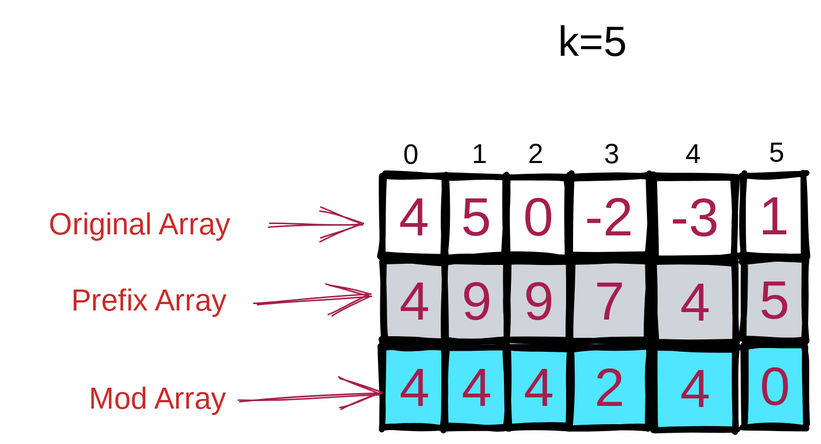
Earlier version of the Excalidraw export .gitbook/assets/file.excalidraw (1).svg (chkrishnatej/leetcode-problem-patterns). Source tidied: one line per element, renumbered; positions are measured from the earlier drawing's top-left corner, leaving out a move shared by most shapes.
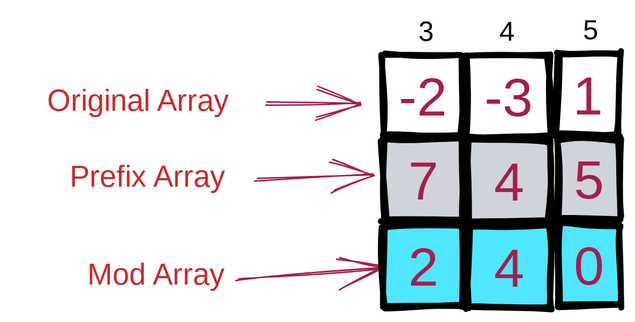
The same diagram one commit later.

What changed in the source:
```diff
@@ -1,49 +1,27 @@
-{"id": 0, "type": "rectangle", "strokeColor": "#000000", "strokeWidth": 4, "roughness": 1, "x": 245, "y": 107, "width": 41, "height": 54}
-{"id": 1, "type": "text", "text": "4", "strokeColor": "#a61e4d", "strokeWidth": 1, "roughness": 1, "fontSize": 36, "fontFamily": 3, "textAlign": "center", "verticalAlign": "middle", "inside": 0, "x": 254, "y": 113, "width": 23, "height": 42}
-{"id": 2, "type": "rectangle", "strokeColor": "#000000", "backgroundColor": "#ced4da", "fillStyle": "solid", "strokeWidth": 4, "roughness": 1, "x": 246, "y": 163, "width": 41, "height": 54}
-{"id": 3, "type": "text", "text": "4", "strokeColor": "#a61e4d", "backgroundColor": "#ced4da", "fillStyle": "solid", "strokeWidth": 1, "roughness": 1, "fontSize": 36, "fontFamily": 3, "textAlign": "center", "verticalAlign": "middle", "inside": 2, "x": 255, "y": 169, "width": 23, "height": 42}
-{"id": 4, "type": "rectangle", "strokeColor": "#000000", "backgroundColor": "#50e6ff", "fillStyle": "solid", "strokeWidth": 4, "roughness": 1, "x": 246, "y": 221, "width": 41, "height": 54}
-{"id": 5, "type": "text", "text": "4", "strokeColor": "#a61e4d", "backgroundColor": "#50e6ff", "fillStyle": "solid", "strokeWidth": 1, "roughness": 1, "fontSize": 36, "fontFamily": 3, "textAlign": "center", "verticalAlign": "middle", "inside": 4, "x": 255, "y": 227, "width": 23, "height": 42}
-{"id": 6, "type": "rectangle", "strokeColor": "#000000", "strokeWidth": 4, "roughness": 1, "x": 287, "y": 107, "width": 41, "height": 54}
-{"id": 7, "type": "text", "text": "5", "strokeColor": "#a61e4d", "strokeWidth": 1, "roughness": 1, "fontSize": 36, "fontFamily": 3, "textAlign": "center", "verticalAlign": "middle", "inside": 6, "x": 296, "y": 113, "width": 23, "height": 42}
-{"id": 8, "type": "rectangle", "strokeColor": "#000000", "backgroundColor": "#ced4da", "fillStyle": "solid", "strokeWidth": 4, "roughness": 1, "x": 287, "y": 164, "width": 41, "height": 54}
-{"id": 9, "type": "text", "text": "9", "strokeColor": "#a61e4d", "strokeWidth": 1, "roughness": 1, "fontSize": 36, "fontFamily": 3, "textAlign": "center", "verticalAlign": "middle", "inside": 8, "x": 296, "y": 169, "width": 23, "height": 42}
-{"id": 10, "type": "rectangle", "strokeColor": "#000000", "backgroundColor": "#50e6ff", "fillStyle": "solid", "strokeWidth": 4, "roughness": 1, "x": 287, "y": 221, "width": 41, "height": 54}
-{"id": 11, "type": "text", "text": "4", "strokeColor": "#a61e4d", "strokeWidth": 1, "roughness": 1, "fontSize": 36, "fontFamily": 3, "textAlign": "center", "verticalAlign": "middle", "inside": 10, "x": 296, "y": 227, "width": 23, "height": 42}
-{"id": 12, "type": "rectangle", "strokeColor": "#000000", "strokeWidth": 4, "roughness": 1, "x": 328, "y": 107, "width": 41, "height": 54}
-{"id": 13, "type": "text", "text": "0", "strokeColor": "#a61e4d", "strokeWidth": 1, "roughness": 1, "fontSize": 36, "fontFamily": 3, "textAlign": "center", "verticalAlign": "middle", "inside": 12, "x": 337, "y": 113, "width": 23, "height": 42}
-{"id": 14, "type": "rectangle", "strokeColor": "#000000", "backgroundColor": "#ced4da", "fillStyle": "solid", "strokeWidth": 4, "roughness": 1, "x": 329, "y": 164, "width": 41, "height": 54}
-{"id": 15, "type": "text", "text": "9", "strokeColor": "#a61e4d", "strokeWidth": 1, "roughness": 1, "fontSize": 36, "fontFamily": 3, "textAlign": "center", "verticalAlign": "middle", "inside": 14, "x": 338, "y": 169, "width": 23, "height": 42}
-{"id": 16, "type": "rectangle", "strokeColor": "#000000", "backgroundColor": "#50e6ff", "fillStyle": "solid", "strokeWidth": 4, "roughness": 1, "x": 329, "y": 221, "width": 41, "height": 54}
-{"id": 17, "type": "text", "text": "4", "strokeColor": "#a61e4d", "strokeWidth": 1, "roughness": 1, "fontSize": 36, "fontFamily": 3, "textAlign": "center", "verticalAlign": "middle", "inside": 16, "x": 338, "y": 227, "width": 23, "height": 42}
-{"id": 18, "type": "rectangle", "strokeColor": "#000000", "strokeWidth": 4, "roughness": 1, "x": 369, "y": 107, "width": 54, "height": 54}
-{"id": 19, "type": "text", "text": "-2", "strokeColor": "#a61e4d", "strokeWidth": 1, "roughness": 1, "fontSize": 36, "fontFamily": 3, "textAlign": "center", "verticalAlign": "middle", "inside": 18, "x": 374, "y": 113, "width": 44, "height": 42}
-{"id": 20, "type": "rectangle", "strokeColor": "#000000", "backgroundColor": "#ced4da", "fillStyle": "solid", "strokeWidth": 4, "roughness": 1, "x": 370, "y": 164, "width": 53, "height": 54}
-{"id": 21, "type": "text", "text": "7", "strokeColor": "#a61e4d", "strokeWidth": 1, "roughness": 1, "fontSize": 36, "fontFamily": 3, "textAlign": "center", "verticalAlign": "middle", "inside": 20, "x": 385, "y": 169, "width": 23, "height": 42}
-{"id": 22, "type": "rectangle", "strokeColor": "#000000", "backgroundColor": "#50e6ff", "fillStyle": "solid", "strokeWidth": 4, "roughness": 1, "x": 370, "y": 221, "width": 53, "height": 54}
-{"id": 23, "type": "text", "text": "2", "strokeColor": "#a61e4d", "strokeWidth": 1, "roughness": 1, "fontSize": 36, "fontFamily": 3, "textAlign": "center", "verticalAlign": "middle", "inside": 22, "x": 385, "y": 227, "width": 23, "height": 42}
-{"id": 24, "type": "rectangle", "strokeColor": "#000000", "strokeWidth": 4, "roughness": 1, "x": 426, "y": 108, "width": 55, "height": 54}
-{"id": 25, "type": "text", "text": "-3", "strokeColor": "#a61e4d", "strokeWidth": 1, "roughness": 1, "fontSize": 36, "fontFamily": 3, "textAlign": "center", "verticalAlign": "middle", "inside": 24, "x": 431, "y": 113, "width": 44, "height": 42}
-{"id": 26, "type": "rectangle", "strokeColor": "#000000", "backgroundColor": "#ced4da", "fillStyle": "solid", "strokeWidth": 4, "roughness": 1, "x": 426, "y": 164, "width": 55, "height": 54}
-{"id": 27, "type": "text", "text": "4", "strokeColor": "#a61e4d", "strokeWidth": 1, "roughness": 1, "fontSize": 36, "fontFamily": 3, "textAlign": "center", "verticalAlign": "middle", "inside": 26, "x": 442, "y": 170, "width": 23, "height": 42}
-{"id": 28, "type": "rectangle", "strokeColor": "#000000", "backgroundColor": "#50e6ff", "fillStyle": "solid", "strokeWidth": 4, "roughness": 1, "x": 426, "y": 222, "width": 55, "height": 54}
-{"id": 29, "type": "text", "text": "4", "strokeColor": "#a61e4d", "strokeWidth": 1, "roughness": 1, "fontSize": 36, "fontFamily": 3, "textAlign": "center", "verticalAlign": "middle", "inside": 28, "x": 442, "y": 227, "width": 23, "height": 42}
-{"id": 30, "type": "rectangle", "strokeColor": "#000000", "strokeWidth": 4, "roughness": 1, "x": 486, "y": 107, "width": 41, "height": 54}
-{"id": 31, "type": "text", "text": "1", "strokeColor": "#a61e4d", "strokeWidth": 1, "roughness": 1, "fontSize": 36, "fontFamily": 3, "textAlign": "center", "verticalAlign": "middle", "inside": 30, "x": 495, "y": 112, "width": 23, "height": 42}
-{"id": 32, "type": "rectangle", "strokeColor": "#000000", "backgroundColor": "#ced4da", "fillStyle": "solid", "strokeWidth": 4, "roughness": 1, "x": 486, "y": 163, "width": 41, "height": 54}
-{"id": 33, "type": "text", "text": "5", "strokeColor": "#a61e4d", "strokeWidth": 1, "roughness": 1, "fontSize": 36, "fontFamily": 3, "textAlign": "center", "verticalAlign": "middle", "inside": 32, "x": 495, "y": 168, "width": 23, "height": 42}
-{"id": 34, "type": "rectangle", "strokeColor": "#000000", "backgroundColor": "#50e6ff", "fillStyle": "solid", "strokeWidth": 4, "roughness": 1, "x": 486, "y": 221, "width": 41, "height": 54}
-{"id": 35, "type": "text", "text": "0", "strokeColor": "#a61e4d", "strokeWidth": 1, "roughness": 1, "fontSize": 36, "fontFamily": 3, "textAlign": "center", "verticalAlign": "middle", "inside": 34, "x": 495, "y": 226, "width": 23, "height": 42}
-{"id": 36, "type": "text", "text": "0", "strokeColor": "#000000", "strokeWidth": 4, "roughness": 2, "fontSize": 18.36, "fontFamily": 1, "x": 259, "y": 82, "width": 15, "height": 24}
-{"id": 37, "type": "text", "text": "1", "strokeColor": "#000000", "strokeWidth": 4, "roughness": 2, "fontSize": 18.36, "fontFamily": 1, "x": 305, "y": 82, "width": 7, "height": 24}
-{"id": 38, "type": "text", "text": "2", "strokeColor": "#000000", "strokeWidth": 4, "roughness": 2, "fontSize": 18.36, "fontFamily": 1, "x": 342, "y": 82, "width": 15, "height": 24}
-{"id": 39, "type": "text", "text": "3", "strokeColor": "#000000", "strokeWidth": 4, "roughness": 2, "fontSize": 18.36, "fontFamily": 1, "x": 393, "y": 82, "width": 15, "height": 24}
-{"id": 40, "type": "text", "text": "4", "strokeColor": "#000000", "strokeWidth": 4, "roughness": 2, "fontSize": 18.36, "fontFamily": 1, "x": 447, "y": 82, "width": 14, "height": 24}
-{"id": 41, "type": "text", "text": "5", "strokeColor": "#000000", "strokeWidth": 4, "roughness": 2, "fontSize": 18.36, "fontFamily": 1, "x": 503, "y": 81, "width": 13, "height": 24}
-{"id": 42, "type": "text", "text": "Original Array", "strokeColor": "#c92a2a", "strokeWidth": 1, "roughness": 1, "fontSize": 20, "fontFamily": 3, "textAlign": "center", "x": 0, "y": 126, "width": 166, "height": 24}
+{"id": 42, "type": "text", "text": "Original Array", "strokeColor": "#c92a2a", "strokeWidth": 1, "roughness": 1, "fontSize": 20, "fontFamily": 3, "textAlign": "center", "x": 34, "y": 86, "width": 164, "height": 24}
-{"id": 43, "type": "text", "text": "Prefix Array", "strokeColor": "#c92a2a", "strokeWidth": 1, "roughness": 1, "fontSize": 20, "fontFamily": 3, "textAlign": "center", "x": 17, "y": 177, "width": 143, "height": 24}
+{"id": 43, "type": "text", "text": "Prefix Array", "strokeColor": "#c92a2a", "strokeWidth": 1, "roughness": 1, "fontSize": 20, "fontFamily": 3, "textAlign": "center", "x": 51, "y": 137, "width": 141, "height": 24}
-{"id": 44, "type": "text", "text": "Mod Array", "strokeColor": "#c92a2a", "strokeWidth": 1, "roughness": 1, "fontSize": 20, "fontFamily": 3, "textAlign": "center", "x": 41, "y": 242, "width": 107, "height": 24}
+{"id": 44, "type": "text", "text": "Mod Array", "strokeColor": "#c92a2a", "strokeWidth": 1, "roughness": 1, "fontSize": 20, "fontFamily": 3, "textAlign": "center", "x": 75, "y": 202, "width": 105, "height": 24}
-{"id": 45, "type": "arrow", "strokeColor": "#a61e4d", "strokeWidth": 1, "roughness": 1, "endArrowhead": "arrow", "from": 42, "to": 0, "x": 170, "y": 140, "width": 62, "height": 0, "points": [[0, 0], [62, 0]]}
-{"id": 46, "type": "arrow", "strokeColor": "#a61e4d", "strokeWidth": 1, "roughness": 1, "endArrowhead": "arrow", "from": 43, "to": 2, "x": 161, "y": 192, "width": 78, "height": 5, "points": [[0, 0], [78, -5]]}
-{"id": 47, "type": "arrow", "strokeColor": "#a61e4d", "strokeWidth": 1, "roughness": 1, "endArrowhead": "arrow", "from": 44, "to": 4, "x": 149, "y": 258, "width": 95, "height": 6, "points": [[0, 0], [95, -6]]}
-{"id": 48, "type": "text", "text": "k=5", "strokeColor": "#000", "backgroundColor": "#ced4da", "fillStyle": "solid", "strokeWidth": 1, "roughness": 0, "fontSize": 28, "fontFamily": 3, "textAlign": "center", "x": 359, "y": 0, "width": 51, "height": 34}
+{"id": 49, "type": "arrow", "strokeColor": "#a61e4d", "strokeWidth": 1, "roughness": 1, "endArrowhead": "arrow", "from": 42, "to": 52, "x": 202, "y": 100, "width": 62, "height": 0, "points": [[0, 0], [62, 0]]}
+{"id": 50, "type": "arrow", "strokeColor": "#a61e4d", "strokeWidth": 1, "roughness": 1, "endArrowhead": "arrow", "from": 43, "to": 53, "x": 193, "y": 152, "width": 78, "height": 5, "points": [[0, 0], [78, -5]]}
+{"id": 51, "type": "arrow", "strokeColor": "#a61e4d", "strokeWidth": 1, "roughness": 1, "endArrowhead": "arrow", "from": 44, "to": 54, "x": 182, "y": 218, "width": 95, "height": 6, "points": [[0, 0], [95, -6]]}
+{"id": 52, "type": "rectangle", "strokeColor": "#000000", "strokeWidth": 4, "roughness": 1, "x": 279, "y": 69, "width": 53, "height": 54}
+{"id": 19, "type": "text", "text": "-2", "strokeColor": "#a61e4d", "strokeWidth": 1, "roughness": 1, "fontSize": 36, "fontFamily": 3, "textAlign": "center", "verticalAlign": "middle", "inside": 52, "x": 284, "y": 74, "width": 42, "height": 43}
+{"id": 53, "type": "rectangle", "strokeColor": "#000000", "backgroundColor": "#ced4da", "fillStyle": "solid", "strokeWidth": 4, "roughness": 1, "x": 279, "y": 125, "width": 53, "height": 54}
+{"id": 21, "type": "text", "text": "7", "strokeColor": "#a61e4d", "strokeWidth": 1, "roughness": 1, "fontSize": 36, "fontFamily": 3, "textAlign": "center", "verticalAlign": "middle", "inside": 53, "x": 295, "y": 130, "width": 21, "height": 43}
+{"id": 54, "type": "rectangle", "strokeColor": "#000000", "backgroundColor": "#50e6ff", "fillStyle": "solid", "strokeWidth": 4, "roughness": 1, "x": 279, "y": 183, "width": 53, "height": 54}
+{"id": 55, "type": "text", "text": "2", "strokeColor": "#a61e4d", "strokeWidth": 1, "roughness": 1, "fontSize": 36, "fontFamily": 3, "textAlign": "center", "verticalAlign": "middle", "inside": 54, "x": 295, "y": 188, "width": 21, "height": 43}
+{"id": 56, "type": "rectangle", "strokeColor": "#000000", "strokeWidth": 4, "roughness": 1, "x": 335, "y": 69, "width": 55, "height": 54}
+{"id": 25, "type": "text", "text": "-3", "strokeColor": "#a61e4d", "strokeWidth": 1, "roughness": 1, "fontSize": 36, "fontFamily": 3, "textAlign": "center", "verticalAlign": "middle", "inside": 56, "x": 341, "y": 75, "width": 42, "height": 43}
+{"id": 57, "type": "rectangle", "strokeColor": "#000000", "backgroundColor": "#ced4da", "fillStyle": "solid", "strokeWidth": 4, "roughness": 1, "x": 336, "y": 126, "width": 55, "height": 54}
+{"id": 58, "type": "text", "text": "4", "strokeColor": "#a61e4d", "strokeWidth": 1, "roughness": 1, "fontSize": 36, "fontFamily": 3, "textAlign": "center", "verticalAlign": "middle", "inside": 57, "x": 352, "y": 131, "width": 21, "height": 43}
+{"id": 59, "type": "rectangle", "strokeColor": "#000000", "backgroundColor": "#50e6ff", "fillStyle": "solid", "strokeWidth": 4, "roughness": 1, "x": 336, "y": 183, "width": 55, "height": 54}
+{"id": 60, "type": "text", "text": "4", "strokeColor": "#a61e4d", "strokeWidth": 1, "roughness": 1, "fontSize": 36, "fontFamily": 3, "textAlign": "center", "verticalAlign": "middle", "inside": 59, "x": 353, "y": 189, "width": 21, "height": 43}
+{"id": 61, "type": "rectangle", "strokeColor": "#000000", "strokeWidth": 4, "roughness": 1, "x": 395, "y": 68, "width": 41, "height": 54}
+{"id": 62, "type": "text", "text": "1", "strokeColor": "#a61e4d", "strokeWidth": 1, "roughness": 1, "fontSize": 36, "fontFamily": 3, "textAlign": "center", "verticalAlign": "middle", "inside": 61, "x": 405, "y": 73, "width": 21, "height": 43}
+{"id": 63, "type": "rectangle", "strokeColor": "#000000", "backgroundColor": "#ced4da", "fillStyle": "solid", "strokeWidth": 4, "roughness": 1, "x": 395, "y": 124, "width": 41, "height": 54}
+{"id": 64, "type": "text", "text": "5", "strokeColor": "#a61e4d", "strokeWidth": 1, "roughness": 1, "fontSize": 36, "fontFamily": 3, "textAlign": "center", "verticalAlign": "middle", "inside": 63, "x": 406, "y": 130, "width": 21, "height": 43}
+{"id": 65, "type": "rectangle", "strokeColor": "#000000", "backgroundColor": "#50e6ff", "fillStyle": "solid", "strokeWidth": 4, "roughness": 1, "x": 395, "y": 182, "width": 41, "height": 54}
+{"id": 66, "type": "text", "text": "0", "strokeColor": "#a61e4d", "strokeWidth": 1, "roughness": 1, "fontSize": 36, "fontFamily": 3, "textAlign": "center", "verticalAlign": "middle", "inside": 65, "x": 406, "y": 187, "width": 21, "height": 43}
+{"id": 39, "type": "text", "text": "3", "strokeColor": "#000000", "strokeWidth": 4, "roughness": 2, "fontSize": 18.36, "fontFamily": 1, "x": 302, "y": 43, "width": 12, "height": 23}
+{"id": 67, "type": "text", "text": "4", "strokeColor": "#000000", "strokeWidth": 4, "roughness": 2, "fontSize": 18.36, "fontFamily": 1, "x": 357, "y": 43, "width": 12, "height": 23}
+{"id": 68, "type": "text", "text": "5", "strokeColor": "#000000", "strokeWidth": 4, "roughness": 2, "fontSize": 18.36, "fontFamily": 1, "x": 412, "y": 42, "width": 12, "height": 23}
```
